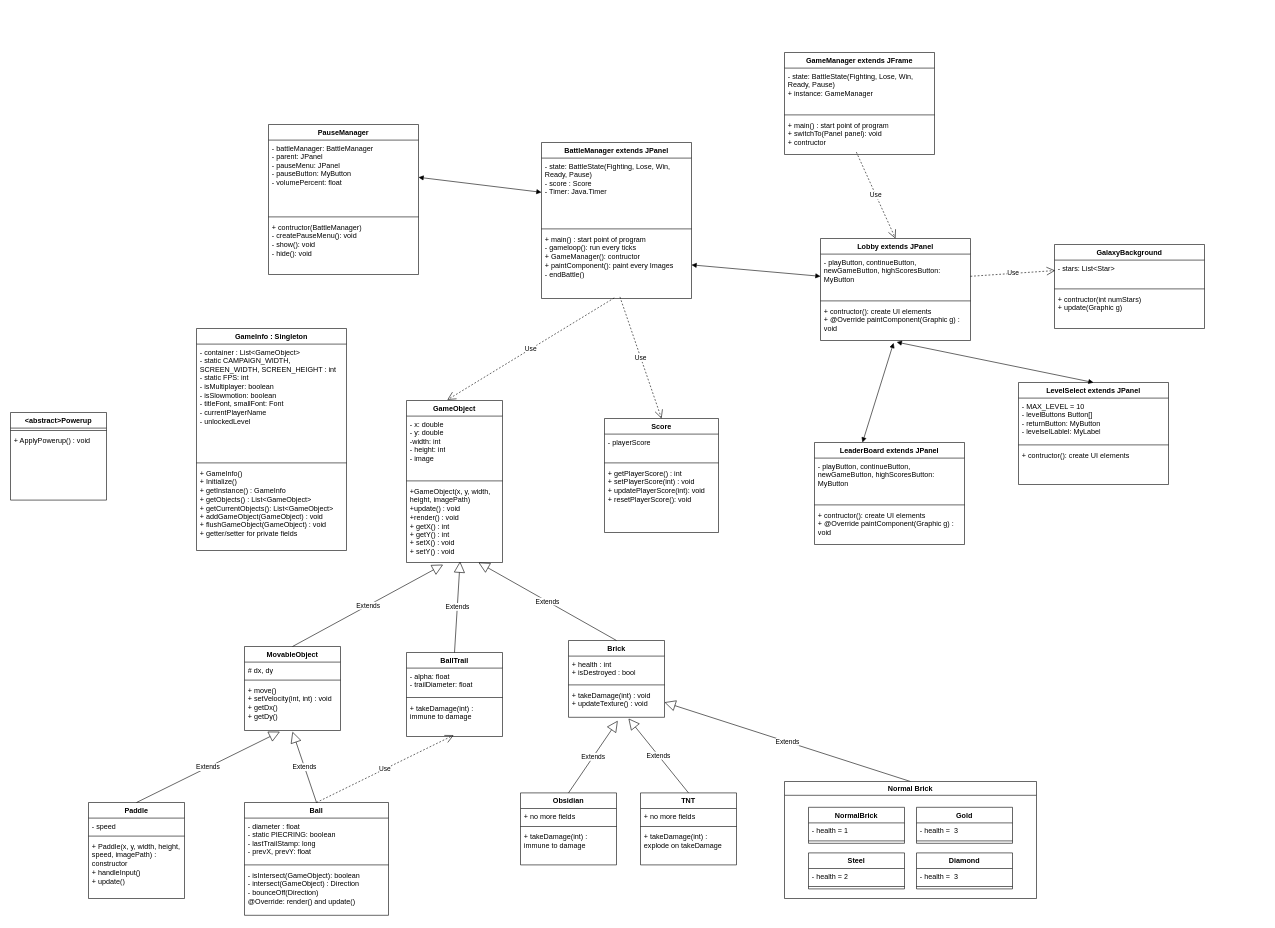
Earlier version of the draw.io diagram Arkanoid.drawio (Binhbocnc1234/Arkanoid---Evolution-). Source tidied: cells renumbered, new cells numbered last; positions are measured from the earlier drawing's top-left corner, leaving out a move shared by most shapes. Both pictures are drawn from the tidied source at 60%, with x=0, y=0 at pixel (10, 52).
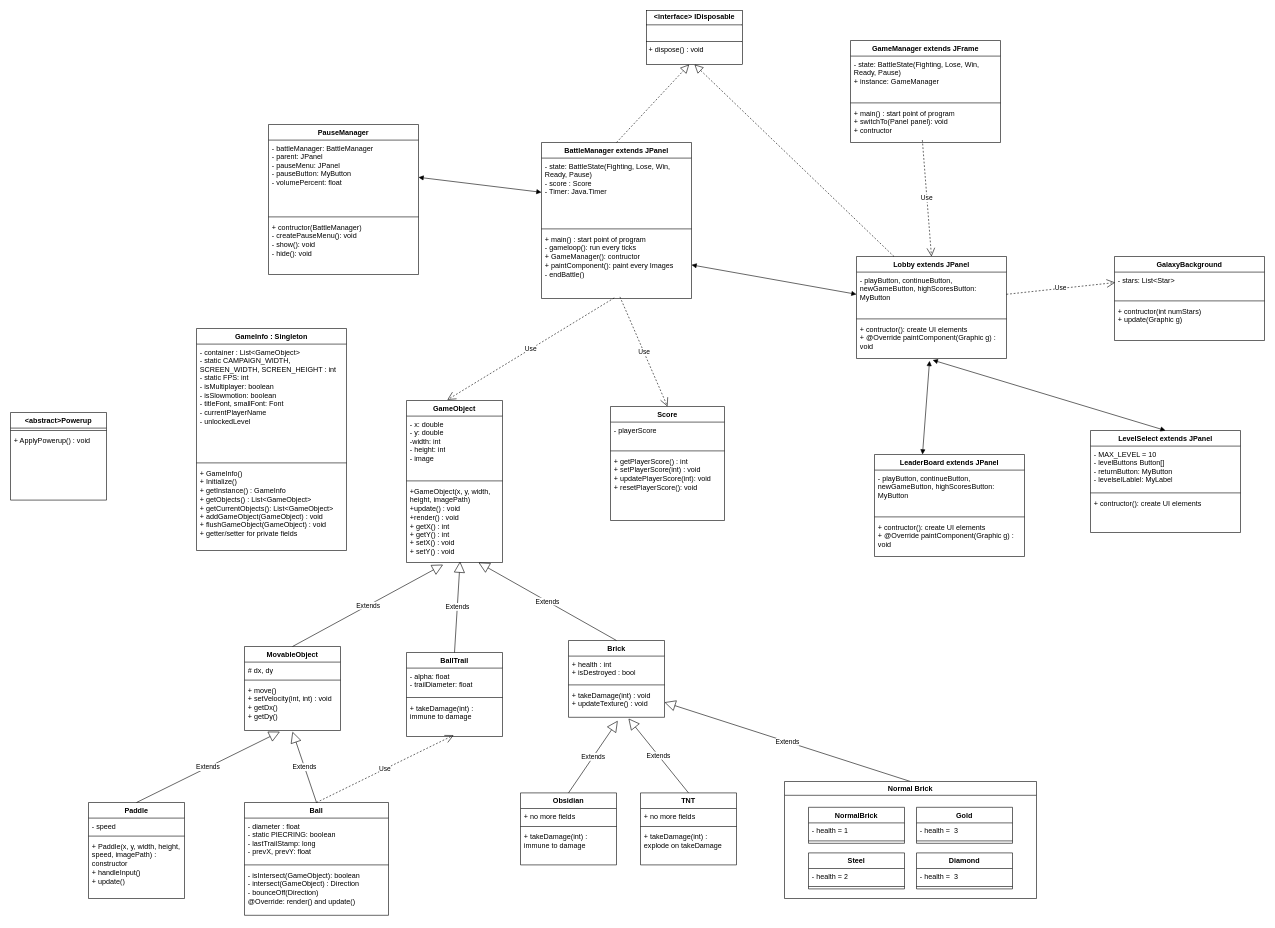
The same page after the edit.

The change refers to these unchanged cells:
```xml
<mxCell id="36" value="BattleManager extends JPanel" style="swimlane;fontStyle=1;align=center;verticalAlign=top;horizontal=1;startSize=26;whiteSpace=wrap;html=1;" parent="1" vertex="1">
  <mxGeometry x="885" y="150" width="250" height="260" as="geometry" />
</mxCell>
```

What changed in the source:
```diff
@@
     <mxCell id="61" value="GameManager extends JFrame" style="swimlane;fontStyle=1;align=center;verticalAlign=top;horizontal=1;startSize=26;whiteSpace=wrap;html=1;" parent="1" vertex="1">
-      <mxGeometry x="1290" width="250" height="170" as="geometry" />
+      <mxGeometry x="1400" y="-20" width="250" height="170" as="geometry" />
     </mxCell>
@@
     <mxCell id="65" value="Score" style="swimlane;fontStyle=1;align=center;verticalAlign=top;horizontal=1;startSize=26;whiteSpace=wrap;html=1;" parent="1" vertex="1">
-      <mxGeometry x="990" y="610" width="190" height="190" as="geometry" />
+      <mxGeometry x="1000" y="590" width="190" height="190" as="geometry" />
     </mxCell>
@@
     <mxCell id="76" value="Lobby extends JPanel&lt;div&gt;&lt;br&gt;&lt;/div&gt;" style="swimlane;fontStyle=1;align=center;verticalAlign=top;horizontal=1;startSize=26;whiteSpace=wrap;html=1;" parent="1" vertex="1">
-      <mxGeometry x="1350" y="310" width="250" height="170" as="geometry" />
+      <mxGeometry x="1410" y="340" width="250" height="170" as="geometry" />
     </mxCell>
@@
     <mxCell id="80" value="&lt;div&gt;LeaderBoard extends JPanel&lt;/div&gt;" style="swimlane;fontStyle=1;align=center;verticalAlign=top;horizontal=1;startSize=26;whiteSpace=wrap;html=1;" parent="1" vertex="1">
-      <mxGeometry x="1340" y="650" width="250" height="170" as="geometry" />
+      <mxGeometry x="1440" y="670" width="250" height="170" as="geometry" />
     </mxCell>
@@
     <mxCell id="92" value="&lt;div&gt;LevelSelect extends JPanel&lt;/div&gt;" style="swimlane;fontStyle=1;align=center;verticalAlign=top;horizontal=1;startSize=26;whiteSpace=wrap;html=1;" parent="1" vertex="1">
-      <mxGeometry x="1680" y="550" width="250" height="170" as="geometry" />
+      <mxGeometry x="1800" y="630" width="250" height="170" as="geometry" />
     </mxCell>
@@
     <mxCell id="98" value="&lt;div&gt;GalaxyBackground&lt;/div&gt;" style="swimlane;fontStyle=1;align=center;verticalAlign=top;horizontal=1;startSize=26;whiteSpace=wrap;html=1;" parent="1" vertex="1">
-      <mxGeometry x="1740" y="320" width="250" height="140" as="geometry" />
+      <mxGeometry x="1840" y="340" width="250" height="140" as="geometry" />
     </mxCell>
@@
+    <mxCell id="103" value="&lt;p style=&quot;margin:0px;margin-top:4px;text-align:center;&quot;&gt;&lt;b&gt;&amp;lt;interface&amp;gt; IDisposable&lt;/b&gt;&lt;/p&gt;&lt;hr size=&quot;1&quot; style=&quot;border-style:solid;&quot;&gt;&lt;p style=&quot;margin:0px;margin-left:4px;&quot;&gt;&lt;br&gt;&lt;/p&gt;&lt;hr size=&quot;1&quot; style=&quot;border-style:solid;&quot;&gt;&lt;p style=&quot;margin:0px;margin-left:4px;&quot;&gt;+ dispose() : void&lt;/p&gt;" style="verticalAlign=top;align=left;overflow=fill;html=1;whiteSpace=wrap;" parent="1" vertex="1">
+      <mxGeometry x="1060" y="-70" width="160" height="90" as="geometry" />
+    </mxCell>
+    <mxCell id="104" style="endArrow=block;dashed=1;endFill=0;endSize=12;html=1;rounded=0;entryX=0.444;entryY=1;entryDx=0;entryDy=0;entryPerimeter=0;exitX=0.5;exitY=0;exitDx=0;exitDy=0;" parent="1" edge="1" source="36" target="103">
+      <mxGeometry relative="1" as="geometry" />
+    </mxCell>
+    <mxCell id="105" style="endArrow=block;dashed=1;endFill=0;endSize=12;html=1;rounded=0;entryX=0.5;entryY=1;entryDx=0;entryDy=0;exitX=0.25;exitY=0;exitDx=0;exitDy=0;" parent="1" edge="1" source="76" target="103">
+      <mxGeometry relative="1" as="geometry" />
+    </mxCell>
```
